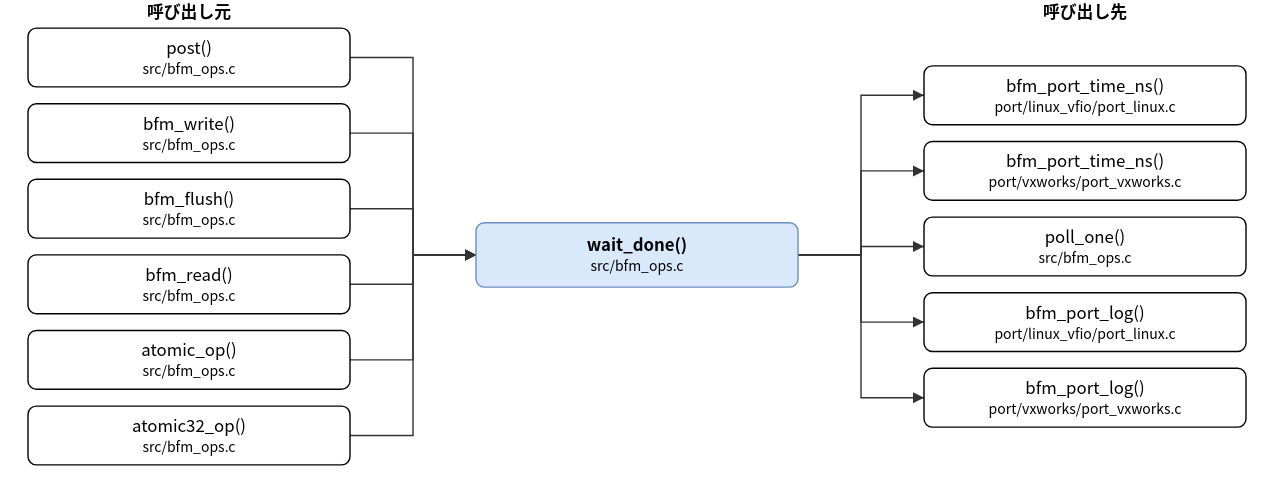
This is doc/spec/images/call_src_bfm_ops-wait_done.drawio.svg from hf355051012-ai/bfmem, a draw.io export, as it was before one commit. Source tidied: cells renumbered, new cells last; positions are measured from the earlier drawing's top-left corner, leaving out a move shared by most shapes.
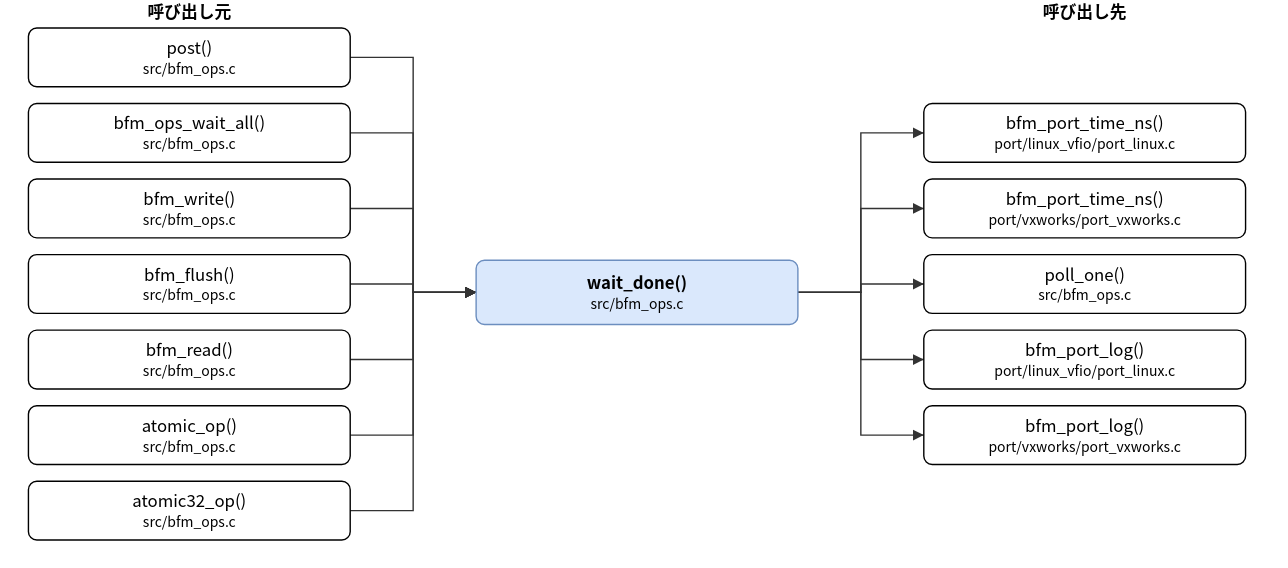
After the change.

What changed in the source:
```diff
@@ -3,46 +3,49 @@
     <mxCell id="0" />
     <mxCell id="1" parent="0" />
     <mxCell id="2" value="wait_done()&lt;br&gt;&lt;font style=&quot;font-size:10px&quot;&gt;src/bfm_ops.c&lt;/font&gt;" style="rounded=1;whiteSpace=wrap;html=1;fillColor=#dae8fc;strokeColor=#6c8ebf;fontStyle=1;" parent="1" vertex="1">
-      <mxGeometry x="320" y="159" width="230" height="46" as="geometry" />
+      <mxGeometry x="320" y="186" width="230" height="46" as="geometry" />
     </mxCell>
     <mxCell id="3" value="post()&lt;br&gt;&lt;font style=&quot;font-size:10px&quot;&gt;src/bfm_ops.c&lt;/font&gt;" style="rounded=1;whiteSpace=wrap;html=1;" parent="1" vertex="1">
       <mxGeometry y="20" width="230" height="42" as="geometry" />
     </mxCell>
-    <mxCell id="4" value="bfm_write()&lt;br&gt;&lt;font style=&quot;font-size:10px&quot;&gt;src/bfm_ops.c&lt;/font&gt;" style="rounded=1;whiteSpace=wrap;html=1;" parent="1" vertex="1">
+    <mxCell id="4" value="bfm_ops_wait_all()&lt;br&gt;&lt;font style=&quot;font-size:10px&quot;&gt;src/bfm_ops.c&lt;/font&gt;" style="rounded=1;whiteSpace=wrap;html=1;" parent="1" vertex="1">
       <mxGeometry y="74" width="230" height="42" as="geometry" />
     </mxCell>
-    <mxCell id="5" value="bfm_flush()&lt;br&gt;&lt;font style=&quot;font-size:10px&quot;&gt;src/bfm_ops.c&lt;/font&gt;" style="rounded=1;whiteSpace=wrap;html=1;" parent="1" vertex="1">
+    <mxCell id="5" value="bfm_write()&lt;br&gt;&lt;font style=&quot;font-size:10px&quot;&gt;src/bfm_ops.c&lt;/font&gt;" style="rounded=1;whiteSpace=wrap;html=1;" parent="1" vertex="1">
       <mxGeometry y="128" width="230" height="42" as="geometry" />
     </mxCell>
-    <mxCell id="6" value="bfm_read()&lt;br&gt;&lt;font style=&quot;font-size:10px&quot;&gt;src/bfm_ops.c&lt;/font&gt;" style="rounded=1;whiteSpace=wrap;html=1;" parent="1" vertex="1">
+    <mxCell id="6" value="bfm_flush()&lt;br&gt;&lt;font style=&quot;font-size:10px&quot;&gt;src/bfm_ops.c&lt;/font&gt;" style="rounded=1;whiteSpace=wrap;html=1;" parent="1" vertex="1">
       <mxGeometry y="182" width="230" height="42" as="geometry" />
     </mxCell>
-    <mxCell id="7" value="atomic_op()&lt;br&gt;&lt;font style=&quot;font-size:10px&quot;&gt;src/bfm_ops.c&lt;/font&gt;" style="rounded=1;whiteSpace=wrap;html=1;" parent="1" vertex="1">
+    <mxCell id="7" value="bfm_read()&lt;br&gt;&lt;font style=&quot;font-size:10px&quot;&gt;src/bfm_ops.c&lt;/font&gt;" style="rounded=1;whiteSpace=wrap;html=1;" parent="1" vertex="1">
       <mxGeometry y="236" width="230" height="42" as="geometry" />
     </mxCell>
-    <mxCell id="8" value="atomic32_op()&lt;br&gt;&lt;font style=&quot;font-size:10px&quot;&gt;src/bfm_ops.c&lt;/font&gt;" style="rounded=1;whiteSpace=wrap;html=1;" parent="1" vertex="1">
+    <mxCell id="8" value="atomic_op()&lt;br&gt;&lt;font style=&quot;font-size:10px&quot;&gt;src/bfm_ops.c&lt;/font&gt;" style="rounded=1;whiteSpace=wrap;html=1;" parent="1" vertex="1">
       <mxGeometry y="290" width="230" height="42" as="geometry" />
     </mxCell>
+    <mxCell id="27" value="atomic32_op()&lt;br&gt;&lt;font style=&quot;font-size:10px&quot;&gt;src/bfm_ops.c&lt;/font&gt;" style="rounded=1;whiteSpace=wrap;html=1;" parent="1" vertex="1">
+      <mxGeometry y="344" width="230" height="42" as="geometry" />
+    </mxCell>
     <mxCell id="9" value="bfm_port_time_ns()&lt;br&gt;&lt;font style=&quot;font-size:10px&quot;&gt;port/linux_vfio/port_linux.c&lt;/font&gt;" style="rounded=1;whiteSpace=wrap;html=1;" parent="1" vertex="1">
-      <mxGeometry x="640" y="47" width="230" height="42" as="geometry" />
+      <mxGeometry x="640" y="74" width="230" height="42" as="geometry" />
     </mxCell>
     <mxCell id="10" value="bfm_port_time_ns()&lt;br&gt;&lt;font style=&quot;font-size:10px&quot;&gt;port/vxworks/port_vxworks.c&lt;/font&gt;" style="rounded=1;whiteSpace=wrap;html=1;" parent="1" vertex="1">
-      <mxGeometry x="640" y="101" width="230" height="42" as="geometry" />
+      <mxGeometry x="640" y="128" width="230" height="42" as="geometry" />
     </mxCell>
     <mxCell id="11" value="poll_one()&lt;br&gt;&lt;font style=&quot;font-size:10px&quot;&gt;src/bfm_ops.c&lt;/font&gt;" style="rounded=1;whiteSpace=wrap;html=1;" parent="1" vertex="1">
-      <mxGeometry x="640" y="155" width="230" height="42" as="geometry" />
+      <mxGeometry x="640" y="182" width="230" height="42" as="geometry" />
     </mxCell>
     <mxCell id="12" value="bfm_port_log()&lt;br&gt;&lt;font style=&quot;font-size:10px&quot;&gt;port/linux_vfio/port_linux.c&lt;/font&gt;" style="rounded=1;whiteSpace=wrap;html=1;" parent="1" vertex="1">
-      <mxGeometry x="640" y="209" width="230" height="42" as="geometry" />
+      <mxGeometry x="640" y="236" width="230" height="42" as="geometry" />
     </mxCell>
     <mxCell id="13" value="bfm_port_log()&lt;br&gt;&lt;font style=&quot;font-size:10px&quot;&gt;port/vxworks/port_vxworks.c&lt;/font&gt;" style="rounded=1;whiteSpace=wrap;html=1;" parent="1" vertex="1">
-      <mxGeometry x="640" y="263" width="230" height="42" as="geometry" />
+      <mxGeometry x="640" y="290" width="230" height="42" as="geometry" />
     </mxCell>
     <mxCell id="14" style="edgeStyle=none;html=1;rounded=0;endArrow=block;endFill=1;exitX=1.0000;exitY=0.5000;exitDx=0;exitDy=0;exitPerimeter=0;entryX=0.0000;entryY=0.5000;entryDx=0;entryDy=0;entryPerimeter=0;" parent="1" edge="1" source="3" target="2">
       <mxGeometry relative="1" as="geometry">
         <Array as="points">
           <mxPoint x="275" y="41" />
-          <mxPoint x="275" y="182" />
+          <mxPoint x="275" y="209" />
         </Array>
       </mxGeometry>
     </mxCell>
@@ -50,7 +53,7 @@
       <mxGeometry relative="1" as="geometry">
         <Array as="points">
           <mxPoint x="275" y="95" />
-          <mxPoint x="275" y="182" />
+          <mxPoint x="275" y="209" />
         </Array>
       </mxGeometry>
     </mxCell>
@@ -58,7 +61,7 @@
       <mxGeometry relative="1" as="geometry">
         <Array as="points">
           <mxPoint x="275" y="149" />
-          <mxPoint x="275" y="182" />
+          <mxPoint x="275" y="209" />
         </Array>
       </mxGeometry>
     </mxCell>
@@ -66,7 +69,7 @@
       <mxGeometry relative="1" as="geometry">
         <Array as="points">
           <mxPoint x="275" y="203" />
-          <mxPoint x="275" y="182" />
+          <mxPoint x="275" y="209" />
         </Array>
       </mxGeometry>
     </mxCell>
@@ -74,7 +77,7 @@
       <mxGeometry relative="1" as="geometry">
         <Array as="points">
           <mxPoint x="275" y="257" />
-          <mxPoint x="275" y="182" />
+          <mxPoint x="275" y="209" />
         </Array>
       </mxGeometry>
     </mxCell>
@@ -82,50 +85,58 @@
       <mxGeometry relative="1" as="geometry">
         <Array as="points">
           <mxPoint x="275" y="311" />
-          <mxPoint x="275" y="182" />
+          <mxPoint x="275" y="209" />
         </Array>
       </mxGeometry>
     </mxCell>
-    <mxCell id="20" style="edgeStyle=none;html=1;rounded=0;endArrow=block;endFill=1;exitX=1.0000;exitY=0.5000;exitDx=0;exitDy=0;exitPerimeter=0;entryX=0.0000;entryY=0.5000;entryDx=0;entryDy=0;entryPerimeter=0;" parent="1" edge="1" source="2" target="9">
+    <mxCell id="20" style="edgeStyle=none;html=1;rounded=0;endArrow=block;endFill=1;exitX=1.0000;exitY=0.5000;exitDx=0;exitDy=0;exitPerimeter=0;entryX=0.0000;entryY=0.5000;entryDx=0;entryDy=0;entryPerimeter=0;" parent="1" edge="1" source="27" target="2">
       <mxGeometry relative="1" as="geometry">
         <Array as="points">
-          <mxPoint x="595" y="182" />
-          <mxPoint x="595" y="68" />
+          <mxPoint x="275" y="365" />
+          <mxPoint x="275" y="209" />
         </Array>
       </mxGeometry>
     </mxCell>
-    <mxCell id="21" style="edgeStyle=none;html=1;rounded=0;endArrow=block;endFill=1;exitX=1.0000;exitY=0.5000;exitDx=0;exitDy=0;exitPerimeter=0;entryX=0.0000;entryY=0.5000;entryDx=0;entryDy=0;entryPerimeter=0;" parent="1" edge="1" source="2" target="10">
+    <mxCell id="21" style="edgeStyle=none;html=1;rounded=0;endArrow=block;endFill=1;exitX=1.0000;exitY=0.5000;exitDx=0;exitDy=0;exitPerimeter=0;entryX=0.0000;entryY=0.5000;entryDx=0;entryDy=0;entryPerimeter=0;" parent="1" edge="1" source="2" target="9">
       <mxGeometry relative="1" as="geometry">
         <Array as="points">
-          <mxPoint x="595" y="182" />
-          <mxPoint x="595" y="122" />
+          <mxPoint x="595" y="209" />
+          <mxPoint x="595" y="95" />
         </Array>
       </mxGeometry>
     </mxCell>
-    <mxCell id="22" style="edgeStyle=none;html=1;rounded=0;endArrow=block;endFill=1;exitX=1.0000;exitY=0.5000;exitDx=0;exitDy=0;exitPerimeter=0;entryX=0.0000;entryY=0.5000;entryDx=0;entryDy=0;entryPerimeter=0;" parent="1" edge="1" source="2" target="11">
+    <mxCell id="22" style="edgeStyle=none;html=1;rounded=0;endArrow=block;endFill=1;exitX=1.0000;exitY=0.5000;exitDx=0;exitDy=0;exitPerimeter=0;entryX=0.0000;entryY=0.5000;entryDx=0;entryDy=0;entryPerimeter=0;" parent="1" edge="1" source="2" target="10">
       <mxGeometry relative="1" as="geometry">
         <Array as="points">
-          <mxPoint x="595" y="182" />
-          <mxPoint x="595" y="176" />
+          <mxPoint x="595" y="209" />
+          <mxPoint x="595" y="149" />
         </Array>
       </mxGeometry>
     </mxCell>
-    <mxCell id="23" style="edgeStyle=none;html=1;rounded=0;endArrow=block;endFill=1;exitX=1.0000;exitY=0.5000;exitDx=0;exitDy=0;exitPerimeter=0;entryX=0.0000;entryY=0.5000;entryDx=0;entryDy=0;entryPerimeter=0;" parent="1" edge="1" source="2" target="12">
+    <mxCell id="23" style="edgeStyle=none;html=1;rounded=0;endArrow=block;endFill=1;exitX=1.0000;exitY=0.5000;exitDx=0;exitDy=0;exitPerimeter=0;entryX=0.0000;entryY=0.5000;entryDx=0;entryDy=0;entryPerimeter=0;" parent="1" edge="1" source="2" target="11">
       <mxGeometry relative="1" as="geometry">
         <Array as="points">
-          <mxPoint x="595" y="182" />
-          <mxPoint x="595" y="230" />
+          <mxPoint x="595" y="209" />
+          <mxPoint x="595" y="203" />
         </Array>
       </mxGeometry>
     </mxCell>
-    <mxCell id="24" style="edgeStyle=none;html=1;rounded=0;endArrow=block;endFill=1;exitX=1.0000;exitY=0.5000;exitDx=0;exitDy=0;exitPerimeter=0;entryX=0.0000;entryY=0.5000;entryDx=0;entryDy=0;entryPerimeter=0;" parent="1" edge="1" source="2" target="13">
+    <mxCell id="24" style="edgeStyle=none;html=1;rounded=0;endArrow=block;endFill=1;exitX=1.0000;exitY=0.5000;exitDx=0;exitDy=0;exitPerimeter=0;entryX=0.0000;entryY=0.5000;entryDx=0;entryDy=0;entryPerimeter=0;" parent="1" edge="1" source="2" target="12">
       <mxGeometry relative="1" as="geometry">
         <Array as="points">
-          <mxPoint x="595" y="182" />
-          <mxPoint x="595" y="284" />
+          <mxPoint x="595" y="209" />
+          <mxPoint x="595" y="257" />
         </Array>
       </mxGeometry>
     </mxCell>
+    <mxCell id="28" style="edgeStyle=none;html=1;rounded=0;endArrow=block;endFill=1;exitX=1.0000;exitY=0.5000;exitDx=0;exitDy=0;exitPerimeter=0;entryX=0.0000;entryY=0.5000;entryDx=0;entryDy=0;entryPerimeter=0;" parent="1" edge="1" source="2" target="13">
+      <mxGeometry relative="1" as="geometry">
+        <Array as="points">
+          <mxPoint x="595" y="209" />
+          <mxPoint x="595" y="311" />
+        </Array>
+      </mxGeometry>
+    </mxCell>
     <mxCell id="25" value="呼び出し元" style="text;html=1;align=center;fontStyle=1;" parent="1" vertex="1">
       <mxGeometry x="35" width="160" height="18" as="geometry" />
     </mxCell>
```
